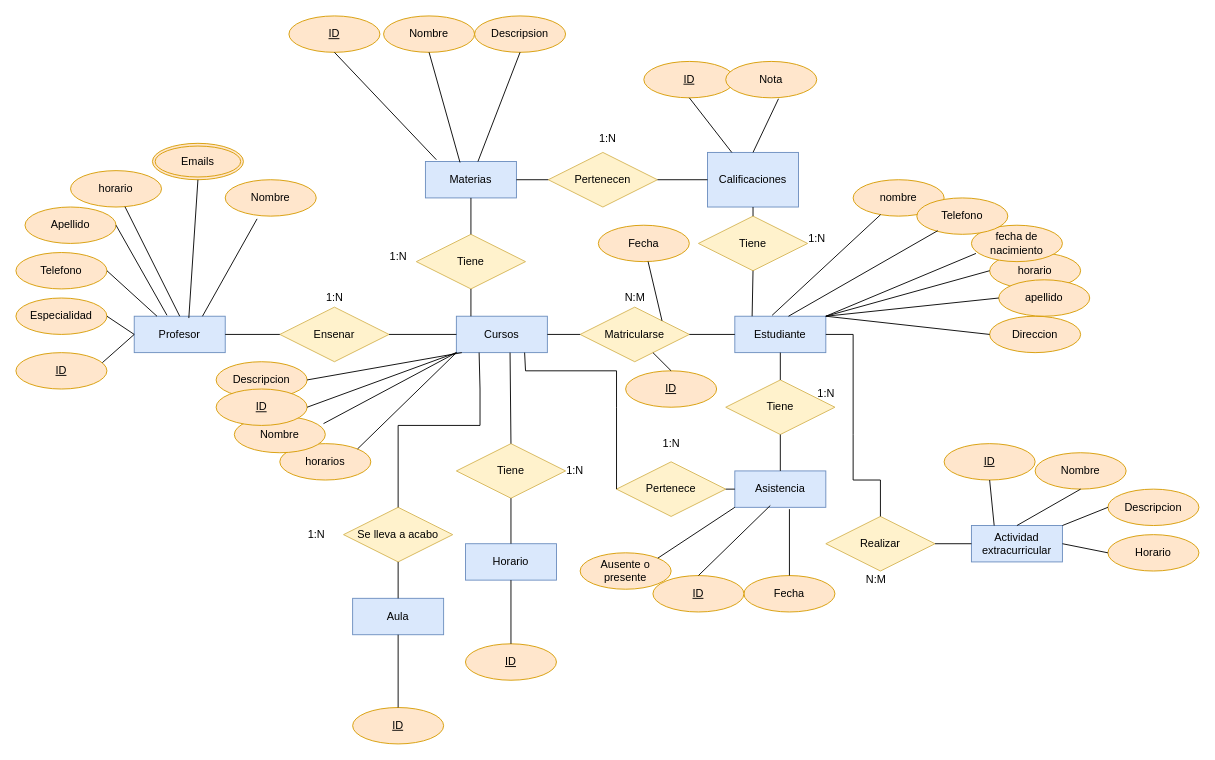
Earlier version of the draw.io diagram Unidad1/Tareas/Tarea evaluada/Diagrama sin título.drawio (JVC0/Base-Datos). Source tidied: cells renumbered, new cells numbered last; positions are measured from the earlier drawing's top-left corner, leaving out a move shared by most shapes. Both pictures are drawn from the tidied source at 91%, with x=0, y=0 at pixel (15, 15).
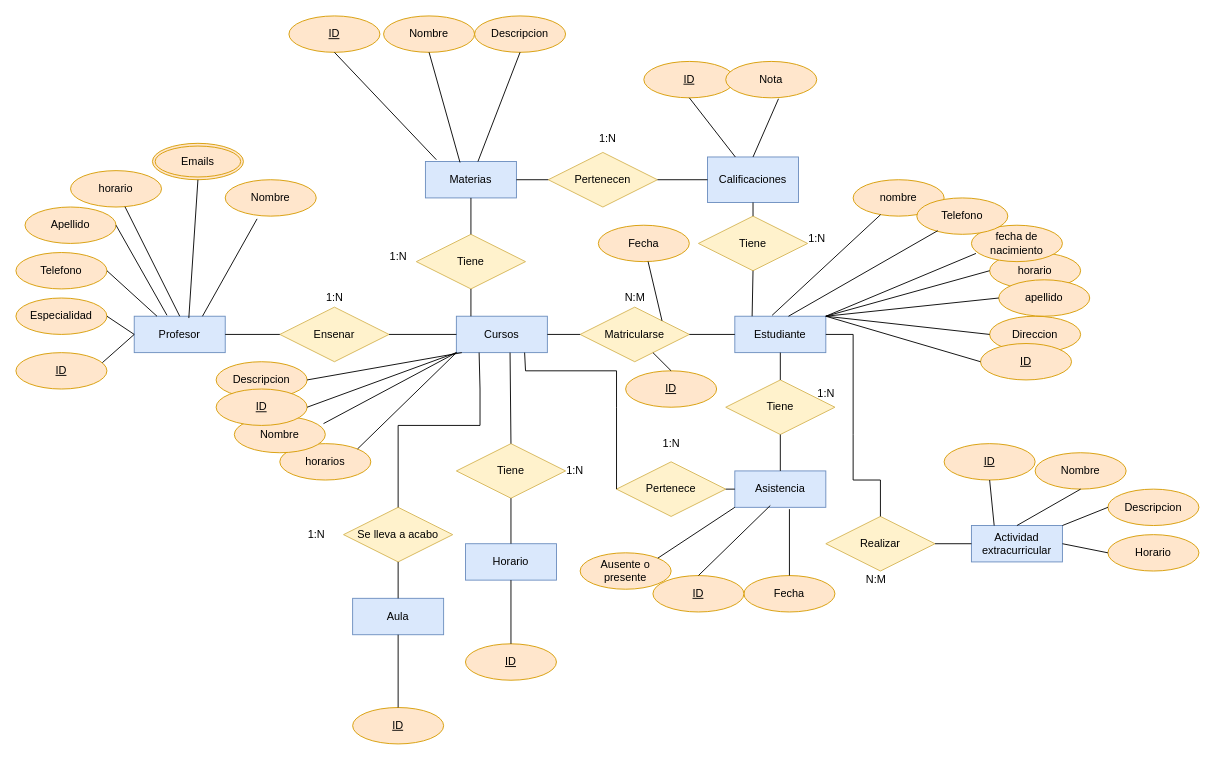
Above is the later version.

Unchanged cells that the change refers to:
```xml
<mxCell id="7" value="Estudiante" style="whiteSpace=wrap;html=1;align=center;fillColor=#dae8fc;strokeColor=#6c8ebf;" parent="1" vertex="1">
  <mxGeometry x="790" y="330" width="100" height="40" as="geometry" />
</mxCell>
```

The edit, as a diff of the source:
```diff
@@
     <mxCell id="4" value="Calificaciones" style="whiteSpace=wrap;html=1;align=center;fillColor=#dae8fc;strokeColor=#6c8ebf;" parent="1" vertex="1">
-      <mxGeometry x="760" y="150" width="100" height="60" as="geometry" />
+      <mxGeometry x="760" y="155" width="100" height="50" as="geometry" />
     </mxCell>
@@
-    <mxCell id="59" value="Descripsion" style="ellipse;whiteSpace=wrap;html=1;align=center;fillColor=#ffe6cc;strokeColor=#d79b00;" parent="1" vertex="1">
+    <mxCell id="59" value="Descripcion" style="ellipse;whiteSpace=wrap;html=1;align=center;fillColor=#ffe6cc;strokeColor=#d79b00;" parent="1" vertex="1">
       <mxGeometry x="504" width="100" height="40" as="geometry" />
     </mxCell>
@@
+    <mxCell id="117" value="ID" style="ellipse;whiteSpace=wrap;html=1;align=center;fontStyle=4;fillColor=#ffe6cc;strokeColor=#d79b00;" parent="1" vertex="1">
+      <mxGeometry x="1060" y="360" width="100" height="40" as="geometry" />
+    </mxCell>
+    <mxCell id="118" style="endArrow=none;html=1;rounded=0;entryX=0;entryY=0.5;entryDx=0;entryDy=0;exitX=1;exitY=0;exitDx=0;exitDy=0;" parent="1" edge="1" source="7" target="117">
+      <mxGeometry relative="1" as="geometry" />
+    </mxCell>
```
